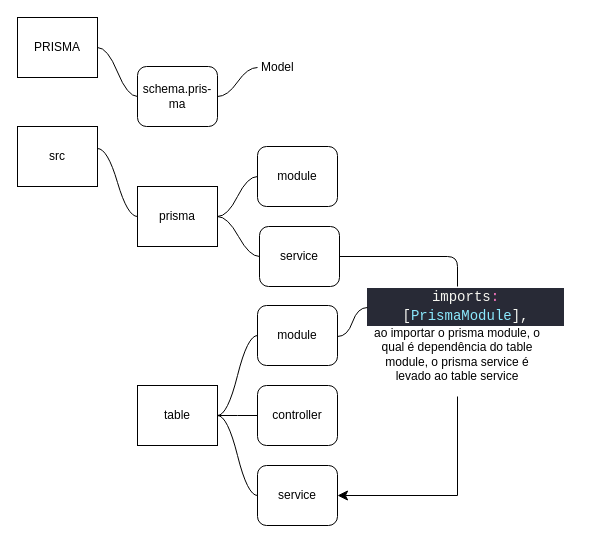
SandroXC/pizza-fresh-server keeps this draw.io diagram as page "DB" (5 of 7) of table.drawio. Above is the earlier version. Source tidied: cells renumbered, new cells numbered last; positions are measured from the earlier drawing's top-left corner, leaving out a move shared by most shapes. Both pictures are drawn from the tidied source at 100%, with x=0, y=0 at pixel (17, 17).
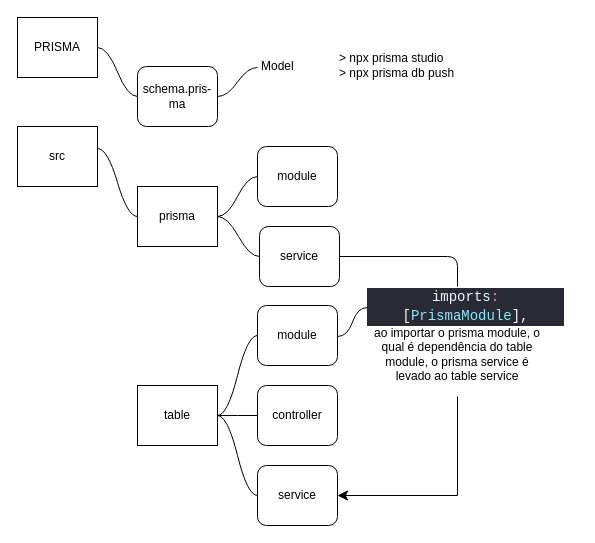
After the change.

What changed in the source:
```diff
@@
     <mxCell id="9" value="Model" style="text;html=1;strokeColor=none;fillColor=none;align=left;verticalAlign=middle;whiteSpace=wrap;rounded=0;" parent="1" vertex="1">
-      <mxGeometry x="242" y="30" width="39" height="40" as="geometry" />
+      <mxGeometry x="242" y="29" width="39" height="40" as="geometry" />
     </mxCell>
@@
+    <mxCell id="26" value="&amp;gt; npx prisma studio&lt;br&gt;&amp;gt; npx prisma db push" style="text;html=1;strokeColor=none;fillColor=none;align=left;verticalAlign=middle;whiteSpace=wrap;rounded=0;" parent="1" vertex="1">
+      <mxGeometry x="320" y="18" width="240" height="60" as="geometry" />
+    </mxCell>
```
